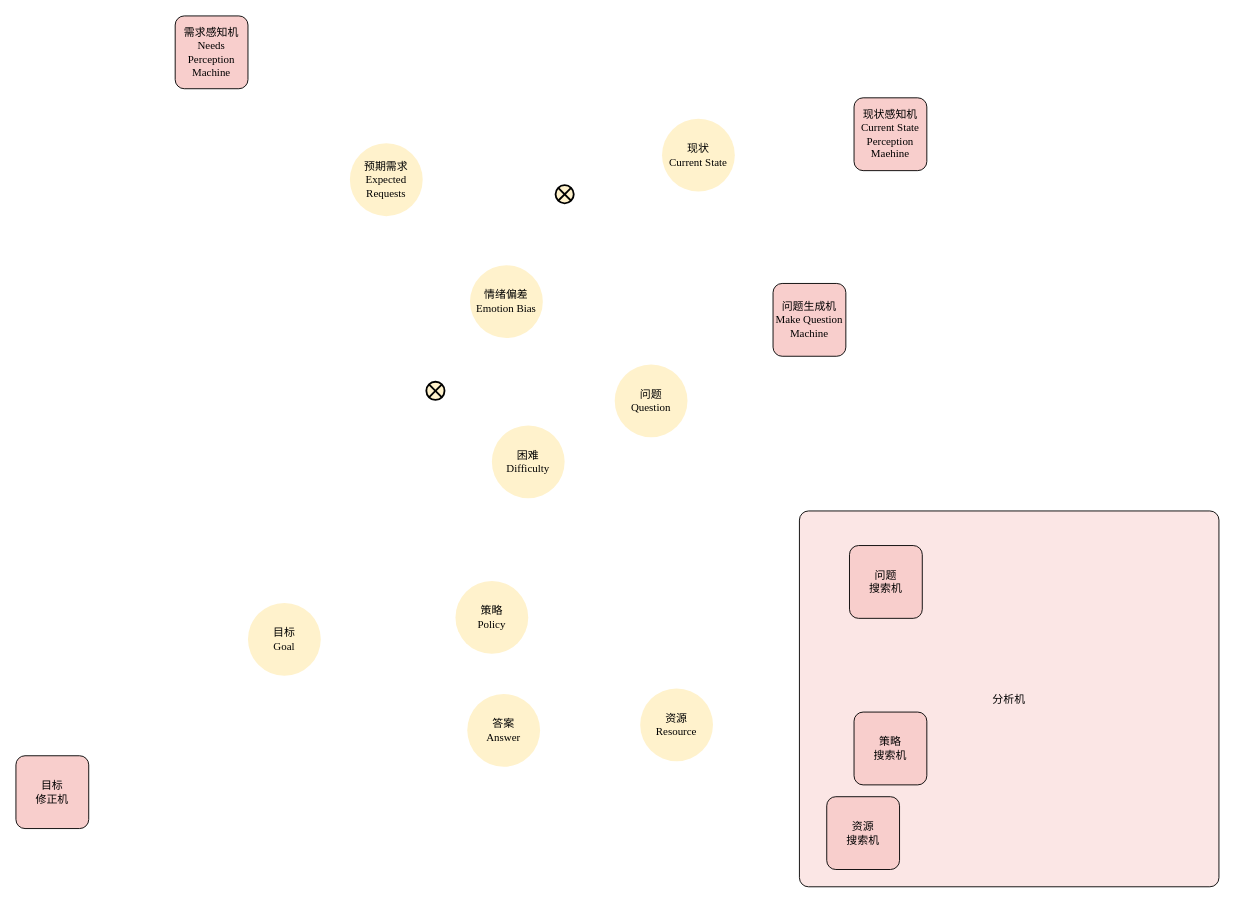
Before: page "分析问题相关概念" (8 of 9) of Analyse/总体分析框架.drawio in EntelechySystem/EntelechySystem_theory, a draw.io diagram. Source tidied: cells renumbered, new cells numbered last; positions are measured from the earlier drawing's top-left corner, leaving out a move shared by most shapes. Both pictures are drawn from the tidied source at 91%, with x=0, y=0 at pixel (15, 15).
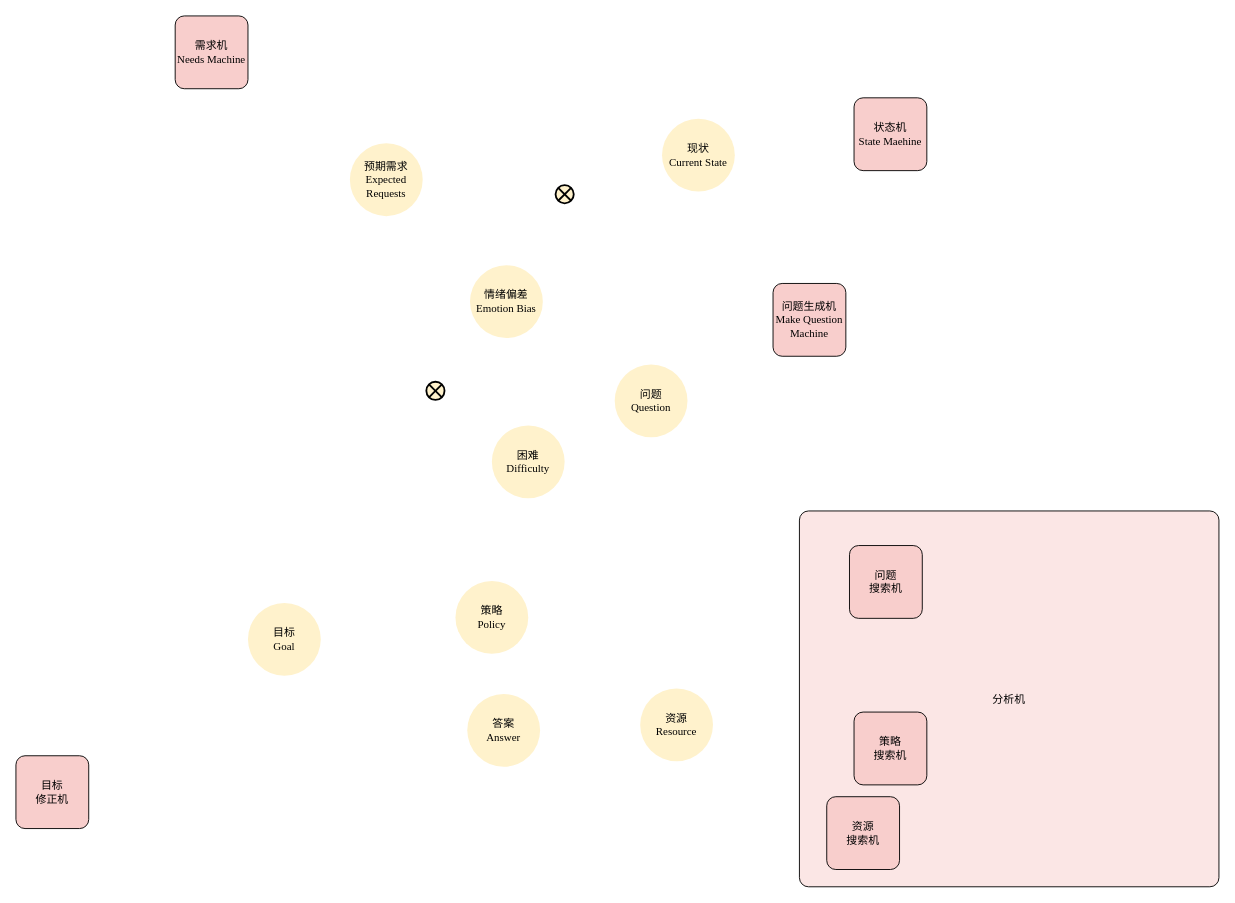
After the change.

Diff of the diagram source:
```diff
@@
-    <mxCell id="10" value="需求感知机&lt;br&gt;Needs Perception Machine" style="rounded=1;whiteSpace=wrap;html=1;fontFamily=Times New Roman;fontSize=12;fontColor=default;align=center;strokeColor=default;fillColor=#f8cecc;absoluteArcSize=1;" parent="1" vertex="1">
+    <mxCell id="10" value="需求机&lt;br&gt;Needs Machine" style="rounded=1;whiteSpace=wrap;html=1;fontFamily=Times New Roman;fontSize=12;fontColor=default;align=center;strokeColor=default;fillColor=#f8cecc;absoluteArcSize=1;" parent="1" vertex="1">
       <mxGeometry x="175" width="80" height="80" as="geometry" />
     </mxCell>
-    <mxCell id="11" value="现状感知机&lt;br&gt;Current State Perception Maehine" style="rounded=1;whiteSpace=wrap;html=1;fontFamily=Times New Roman;fontSize=12;fontColor=default;align=center;strokeColor=default;fillColor=#f8cecc;absoluteArcSize=1;" parent="1" vertex="1">
+    <mxCell id="11" value="状态机&lt;br&gt;State Maehine" style="rounded=1;whiteSpace=wrap;html=1;fontFamily=Times New Roman;fontSize=12;fontColor=default;align=center;strokeColor=default;fillColor=#f8cecc;absoluteArcSize=1;" parent="1" vertex="1">
       <mxGeometry x="921" y="90" width="80" height="80" as="geometry" />
     </mxCell>
```
